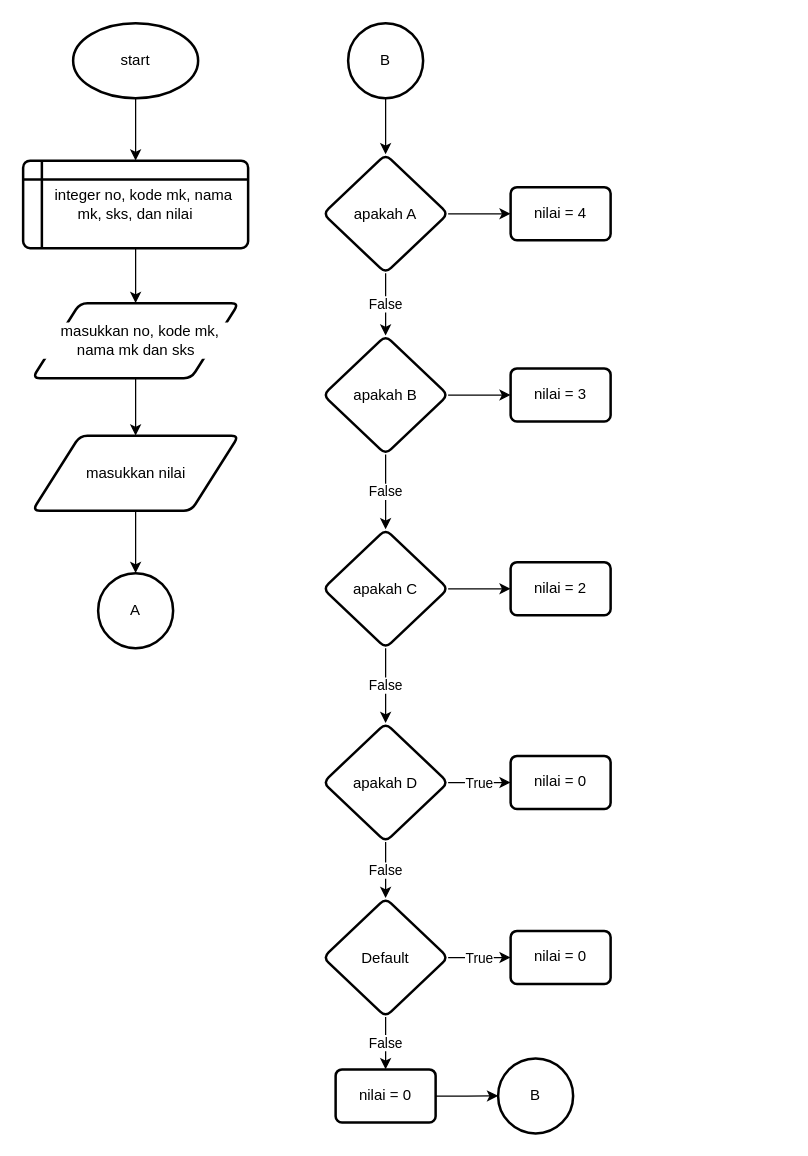
Above: page "UAS sem 1" (15 of 15) of ifMajemuk.drawio in rizalfadhlan/rizalfadhlan (draw.io), before the change. Source tidied: cells renumbered, new cells numbered last; positions are measured from the earlier drawing's top-left corner, leaving out a move shared by most shapes. Both pictures are drawn from the tidied source at 125%, with x=0, y=0 at pixel (22, 22).
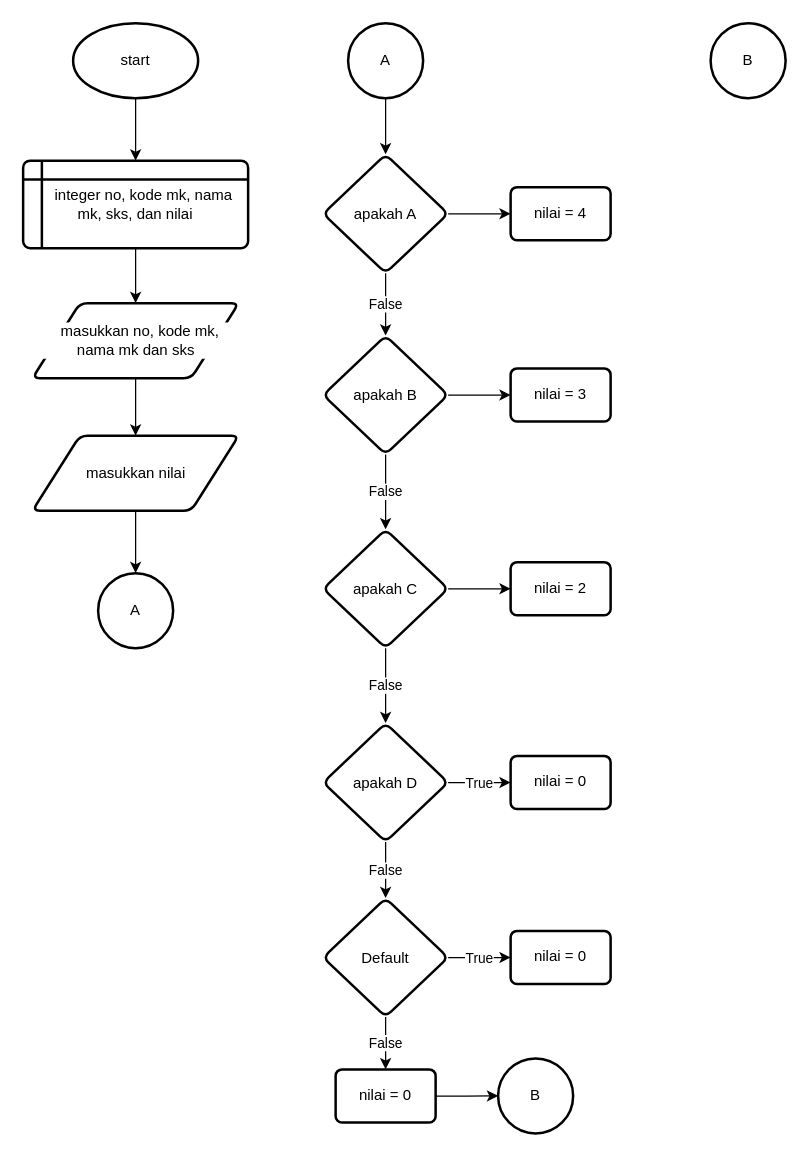
The same page after the edit.

Diff of the diagram source:
```diff
@@
-    <mxCell id="12" value="B" style="ellipse;whiteSpace=wrap;html=1;strokeWidth=2;rounded=1;arcSize=12;labelBackgroundColor=default;" parent="1" vertex="1">
+    <mxCell id="12" value="A" style="ellipse;whiteSpace=wrap;html=1;strokeWidth=2;rounded=1;arcSize=12;labelBackgroundColor=default;" parent="1" vertex="1">
       <mxGeometry x="260" width="60" height="60" as="geometry" />
     </mxCell>
@@
+    <mxCell id="36" value="B" style="ellipse;whiteSpace=wrap;html=1;strokeWidth=2;rounded=1;arcSize=12;labelBackgroundColor=default;" parent="1" vertex="1">
+      <mxGeometry x="550" width="60" height="60" as="geometry" />
+    </mxCell>
```
